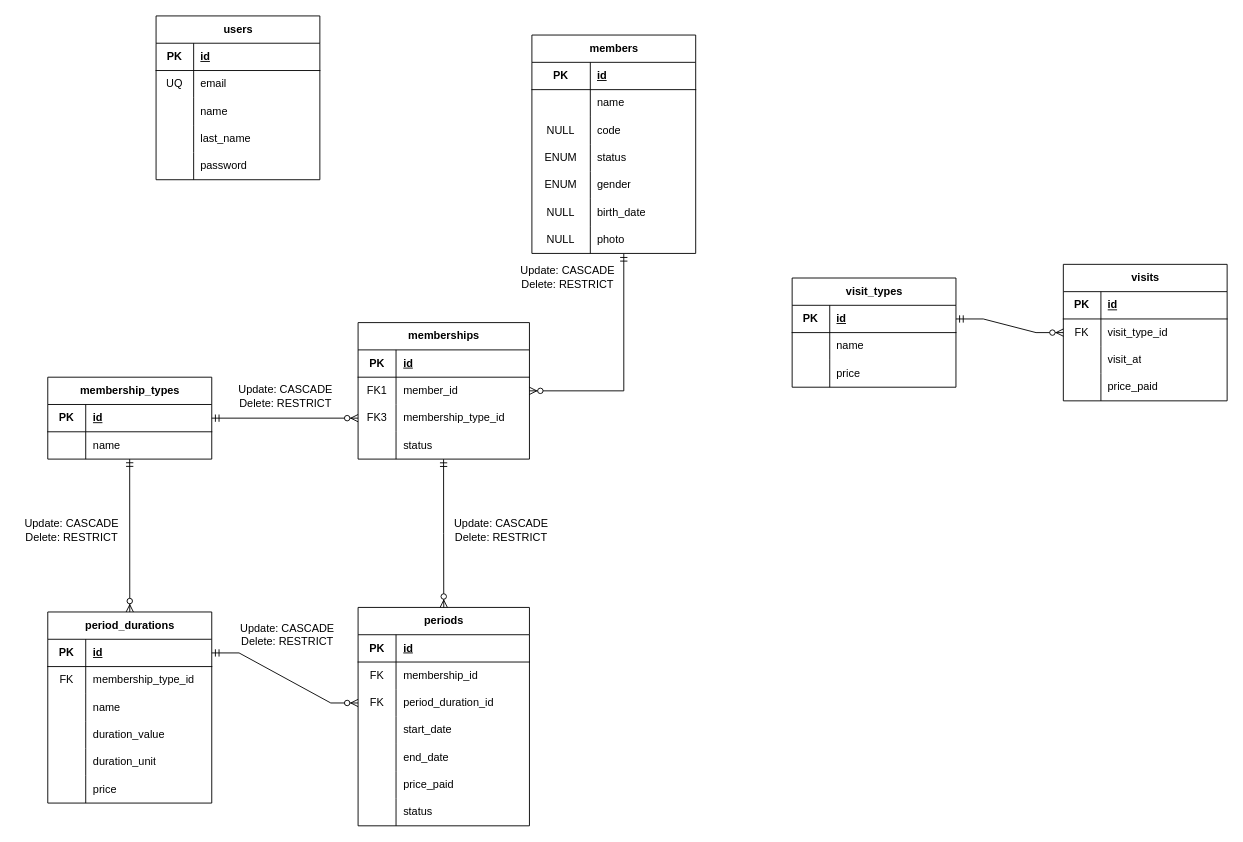
hdz-kevin/TecnoGym keeps this draw.io diagram as docs/logical-design.drawio. Above is the earlier version. Source tidied: cells renumbered, new cells numbered last; positions are measured from the earlier drawing's top-left corner, leaving out a move shared by most shapes. Both pictures are drawn from the tidied source at 91%, with x=0, y=0 at pixel (15, 15).
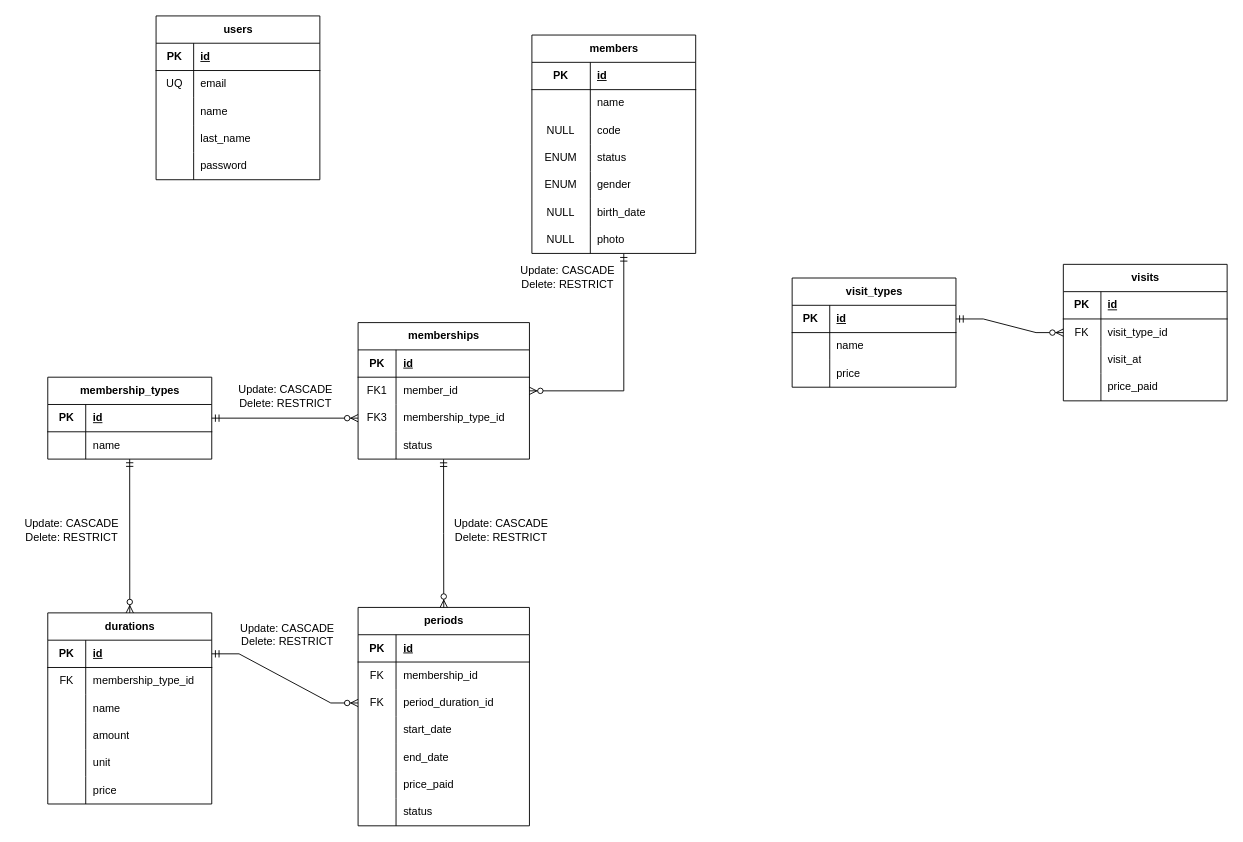
The same page after the edit.

Commit message (it also covers changes not shown here):
database changes (renaming) - table: period_durations -> durations - fields: duration_value -> amount, duration_unit -> unit

Unchanged cells that the change refers to:
```xml
<mxCell id="57" style="shape=tableRow;horizontal=0;startSize=0;swimlaneHead=0;swimlaneBody=0;fillColor=none;top=0;left=0;right=0;bottom=0;" parent="47" vertex="1">
  <mxGeometry y="120" width="180.2" height="30" as="geometry" />
</mxCell>
<mxCell id="60" style="shape=tableRow;horizontal=0;startSize=0;swimlaneHead=0;swimlaneBody=0;fillColor=none;top=0;left=0;right=0;bottom=0;" parent="47" vertex="1">
  <mxGeometry y="150" width="180.2" height="30" as="geometry" />
</mxCell>
```

The edit, as a diff of the source:
```diff
@@
-    <mxCell id="47" value="period_durations" style="shape=table;startSize=30;childLayout=tableLayout;rowLines=0;fontStyle=1;align=center;html=1;" parent="1" vertex="1">
-      <mxGeometry x="35" y="655" width="180.2" height="210" as="geometry" />
+    <mxCell id="47" value="durations" style="shape=table;startSize=30;childLayout=tableLayout;rowLines=0;fontStyle=1;align=center;html=1;" parent="1" vertex="1">
+      <mxGeometry x="35" y="656" width="180.2" height="210" as="geometry" />
     </mxCell>
@@
-    <mxCell id="59" value="duration_value" style="shape=partialRectangle;fillColor=none;top=0;left=0;bottom=0;right=0;align=left;spacingLeft=6;overflow=hidden;whiteSpace=wrap;html=1;" parent="57" vertex="1">
+    <mxCell id="59" value="amount" style="shape=partialRectangle;fillColor=none;top=0;left=0;bottom=0;right=0;align=left;spacingLeft=6;overflow=hidden;whiteSpace=wrap;html=1;" parent="57" vertex="1">
       <mxGeometry x="41.7" width="138.4" height="30" as="geometry" />
     </mxCell>
@@
-    <mxCell id="62" value="duration_unit" style="shape=partialRectangle;fillColor=none;top=0;left=0;bottom=0;right=0;align=left;spacingLeft=6;overflow=hidden;whiteSpace=wrap;html=1;" parent="60" vertex="1">
+    <mxCell id="62" value="unit" style="shape=partialRectangle;fillColor=none;top=0;left=0;bottom=0;right=0;align=left;spacingLeft=6;overflow=hidden;whiteSpace=wrap;html=1;" parent="60" vertex="1">
       <mxGeometry x="41.7" width="138.4" height="30" as="geometry" />
     </mxCell>
```
